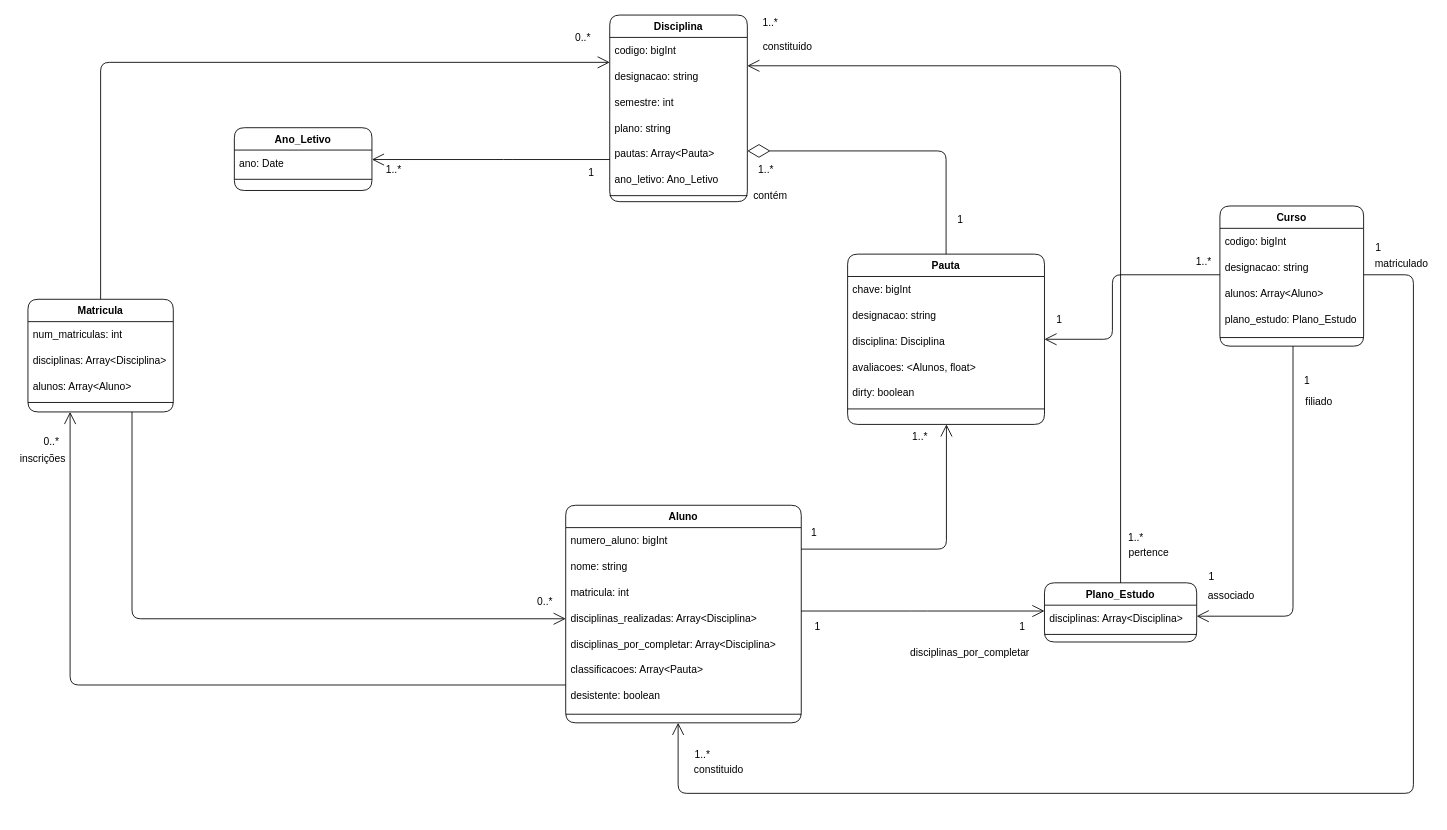
This is page "Domain" (1 of 2) of Docs/Diagrams.drawio from ruimpcastro/pweb2022, a draw.io file, before an edit. Source tidied: cells renumbered, new cells numbered last; positions are measured from the earlier drawing's top-left corner, leaving out a move shared by most shapes. Both pictures are drawn from the tidied source at 86%, with x=0, y=0 at pixel (15, 15).
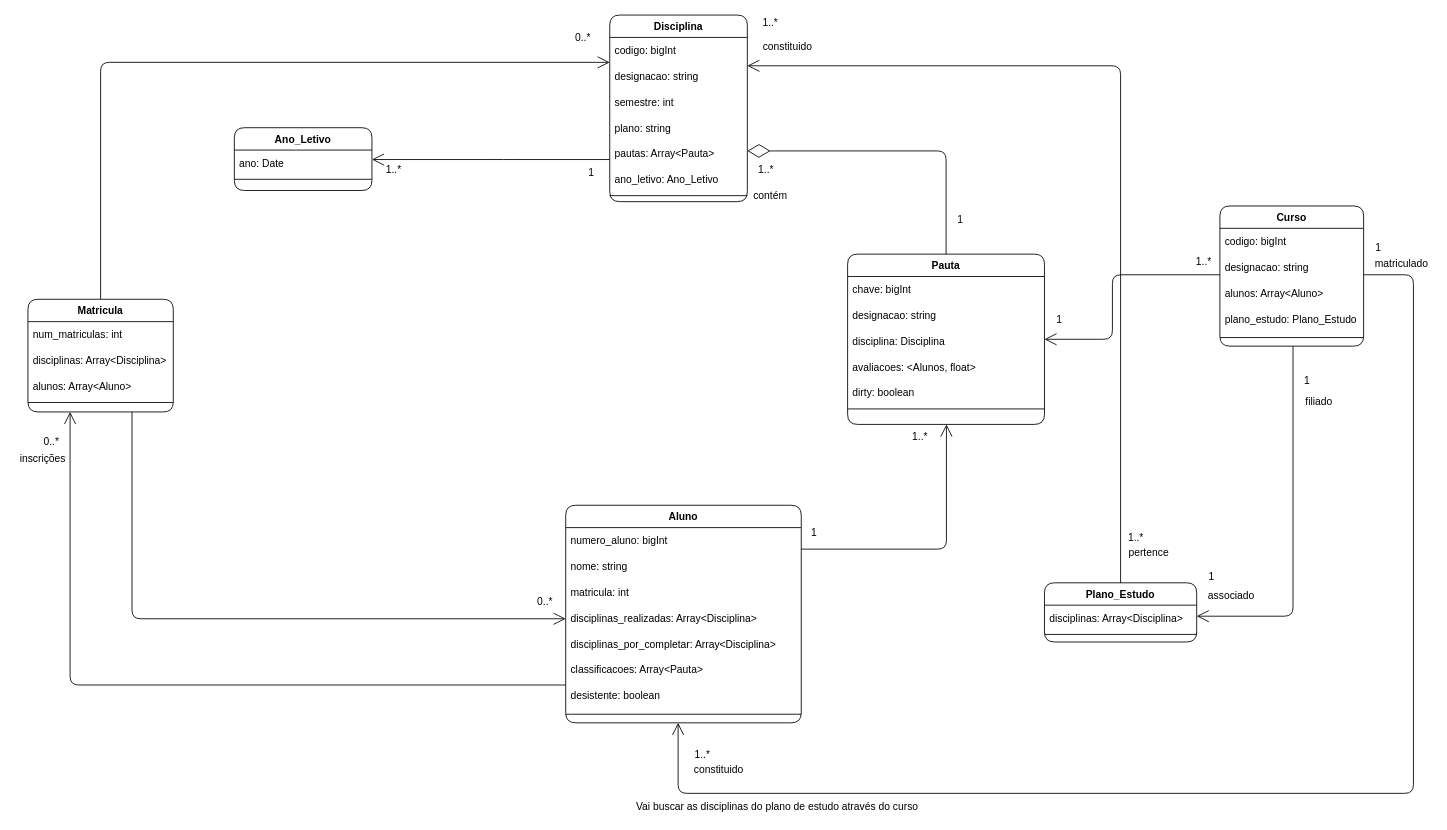
After the change.

The change refers to these unchanged cells:
```xml
<mxCell id="2" value="Aluno" style="swimlane;fontStyle=1;align=center;verticalAlign=top;horizontal=1;startSize=26;shadow=0;strokeWidth=1;rounded=1;" parent="1" vertex="1">
  <mxGeometry x="640.3" y="570" width="273.9" height="253" as="geometry" />
</mxCell>
<mxCell id="25" value="Plano_Estudo" style="swimlane;fontStyle=1;align=center;verticalAlign=top;horizontal=1;startSize=26;shadow=0;strokeWidth=1;rounded=1;" parent="1" vertex="1">
  <mxGeometry x="1197" y="660.2" width="177" height="68.8" as="geometry" />
</mxCell>
```

What changed in the source:
```diff
@@
-    <mxCell id="45" style="endArrow=open;endFill=1;endSize=12;html=1;rounded=1;edgeStyle=orthogonalEdgeStyle;" parent="1" edge="1" source="2" target="25">
-      <mxGeometry relative="1" as="geometry">
-        <Array as="points">
-          <mxPoint x="1051" y="693" />
-          <mxPoint x="1051" y="693" />
-        </Array>
-      </mxGeometry>
-    </mxCell>
@@
-    <mxCell id="57" value="1" style="text;html=1;align=center;verticalAlign=middle;strokeColor=none;fillColor=none;" parent="1" vertex="1">
-      <mxGeometry x="1162" y="702.2" width="17" height="18" as="geometry" />
-    </mxCell>
@@
-    <mxCell id="62" value="disciplinas_por_completar" style="text;html=1;align=center;verticalAlign=middle;strokeColor=none;fillColor=none;" parent="1" vertex="1">
-      <mxGeometry x="1035" y="733" width="149" height="18" as="geometry" />
-    </mxCell>
@@
-    <mxCell id="75" value="1" style="text;html=1;align=center;verticalAlign=middle;strokeColor=none;fillColor=none;fontColor=default;" parent="1" vertex="1">
-      <mxGeometry x="924" y="702.2" width="17" height="18" as="geometry" />
-    </mxCell>
@@
+    <mxCell id="82" value="Vai buscar as disciplinas do plano de estudo através do curso" style="text;html=1;align=center;verticalAlign=middle;strokeColor=none;fillColor=none;" parent="1" vertex="1">
+      <mxGeometry x="717" y="912" width="338" height="18" as="geometry" />
+    </mxCell>
```
